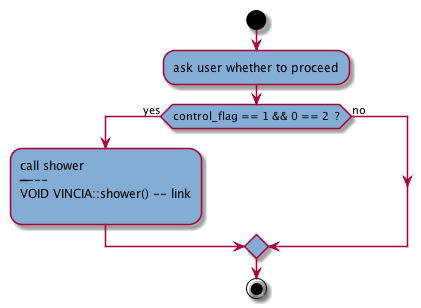
The PlantUML diagram flowdoc/aux_files/cFmain1.png in jlopezvi/Flowgen, before a commit.
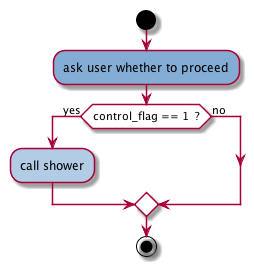
After the commit.

Change to the diagram source:
```diff
@@ -1,11 +1,11 @@
 @startuml
 
 start
- skinparam activityBackgroundColor #84add6
+ skinparam activityBackgroundColor #white
 :#84add6:ask user whether to proceed;
 
-if (control_flag == 1 && 0 == 2  ?) then(yes)
-   :#84add6:call shower\n--------\nVOID VINCIA::shower() -- [[source1.html#cCVINCIAFshower link]]\n;
+if (control_flag == 1  ?) then(yes)
+   :#b2cce5:call shower;
 else(no)
 endif
 
```
